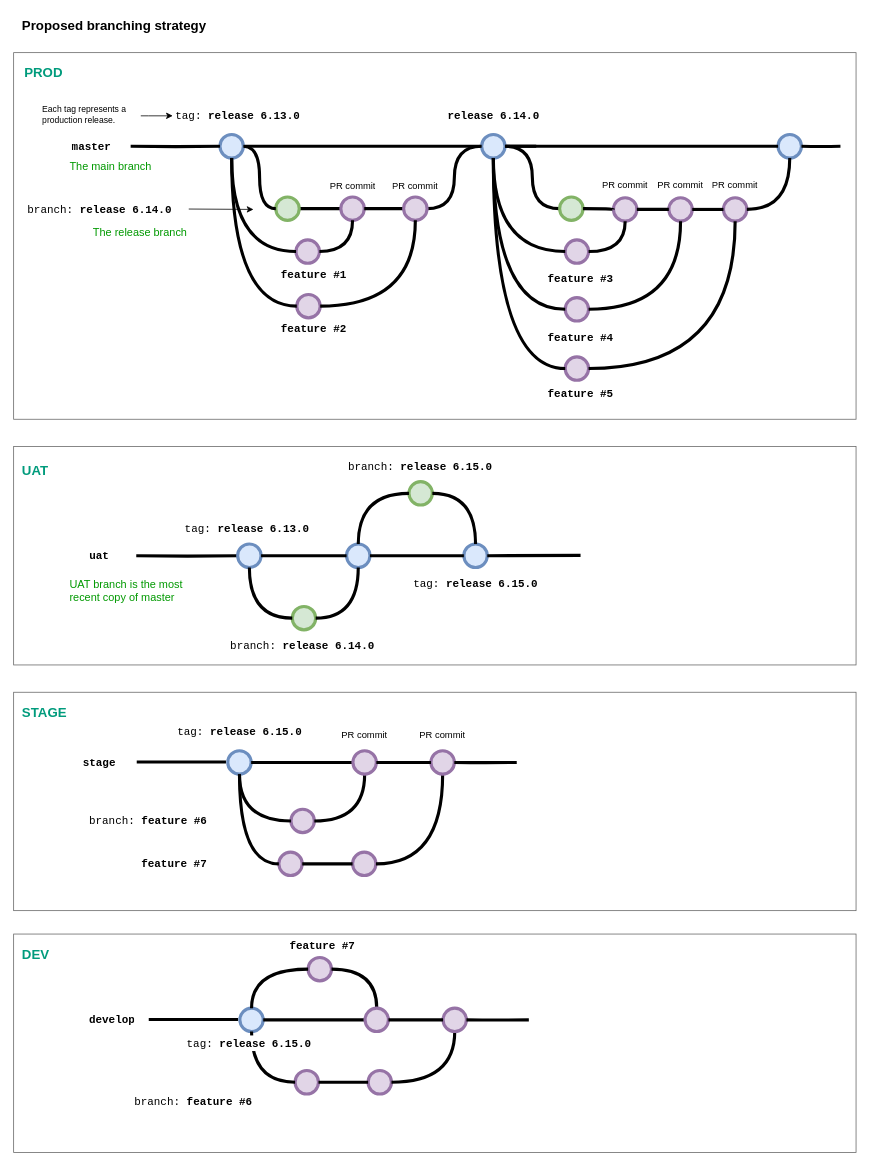
Above: Branching Strategy.drawio in nashokin/Branching (draw.io), before the change. Source tidied: cells renumbered, new cells numbered last; positions are measured from the earlier drawing's top-left corner, leaving out a move shared by most shapes. Both pictures are drawn from the tidied source at 78%, with x=0, y=0 at pixel (13, 13).
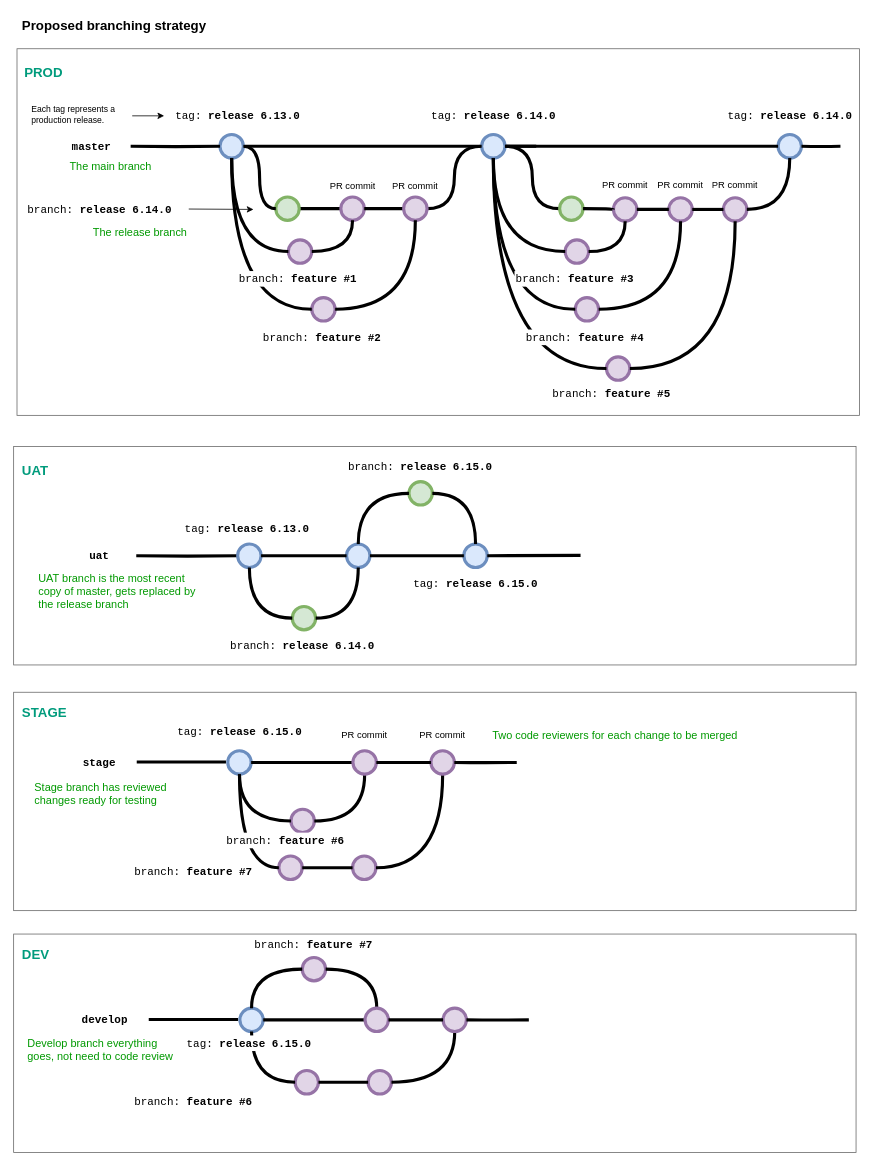
Above is the later version.

The change refers to these unchanged cells:
```xml
<mxCell id="8" style="verticalLabelPosition=bottom;verticalAlign=top;html=1;strokeWidth=4;shape=mxgraph.flowchart.on-page_reference;fillColor=#dae8fc;strokeColor=#6c8ebf;" parent="1" vertex="1">
  <mxGeometry x="264.5" y="155" width="30" height="30" as="geometry" />
</mxCell>
<mxCell id="10" style="verticalLabelPosition=bottom;verticalAlign=top;html=1;strokeWidth=4;shape=mxgraph.flowchart.on-page_reference;strokeColor=#6c8ebf;fillColor=#dae8fc;" parent="1" vertex="1">
  <mxGeometry x="600" y="155" width="30" height="30" as="geometry" />
</mxCell>
<mxCell id="88" style="verticalLabelPosition=bottom;verticalAlign=top;html=1;strokeWidth=4;shape=mxgraph.flowchart.on-page_reference;fillColor=#dae8fc;strokeColor=#6c8ebf;" parent="1" vertex="1">
  <mxGeometry x="287.2" y="680" width="30" height="30" as="geometry" />
</mxCell>
<mxCell id="89" style="verticalLabelPosition=bottom;verticalAlign=top;html=1;strokeWidth=4;shape=mxgraph.flowchart.on-page_reference;fillColor=#dae8fc;strokeColor=#6c8ebf;" parent="1" vertex="1">
  <mxGeometry x="426.8" y="680" width="30" height="30" as="geometry" />
</mxCell>
<mxCell id="90" style="verticalLabelPosition=bottom;verticalAlign=top;html=1;strokeWidth=4;shape=mxgraph.flowchart.on-page_reference;fillColor=#dae8fc;strokeColor=#6c8ebf;" parent="1" vertex="1">
  <mxGeometry x="577.2" y="680" width="30" height="30" as="geometry" />
</mxCell>
```

What changed in the source:
```diff
@@
     <mxCell id="4" style="whiteSpace=wrap;html=1;fillColor=none;strokeColor=#666666;fontColor=#333333;" parent="1" vertex="1">
-      <mxGeometry y="50" width="1080" height="470" as="geometry" />
+      <mxGeometry x="4.3" y="45" width="1080" height="470" as="geometry" />
     </mxCell>
@@
     <mxCell id="6" style="edgeStyle=orthogonalEdgeStyle;rounded=0;html=1;jettySize=auto;plain-blue;endArrow=none;endFill=0;strokeWidth=4;strokeColor=#000000;" parent="1" edge="1" source="8" target="10">
-      <mxGeometry x="314.5" y="200" as="geometry" />
+      <mxGeometry x="312.5" y="200" as="geometry" />
     </mxCell>
@@
     <mxCell id="13" style="edgeStyle=orthogonalEdgeStyle;rounded=0;html=1;jettySize=auto;strokeWidth=4;endArrow=none;endFill=0;" parent="1" edge="1" target="8">
-      <mxGeometry x="214.5" y="200" as="geometry">
+      <mxGeometry x="212.5" y="200" as="geometry">
         <mxPoint x="150" y="170" as="sourcePoint" />
       </mxGeometry>
     </mxCell>
@@
-    <mxCell id="23" value="feature #1" style="text;html=1;strokeColor=none;fillColor=none;align=left;verticalAlign=middle;whiteSpace=wrap;overflow=hidden;fontSize=14;fontStyle=1;fontFamily=Courier New;" parent="1" vertex="1">
-      <mxGeometry x="340.5" y="324" width="89.5" height="20" as="geometry" />
-    </mxCell>
@@
-    <mxCell id="26" value="&lt;b&gt;release 6.14.0&lt;/b&gt;" style="text;html=1;strokeColor=none;fillColor=none;align=center;verticalAlign=middle;whiteSpace=wrap;overflow=hidden;fontSize=14;fontFamily=Courier New;" parent="1" vertex="1">
-      <mxGeometry x="551.5" y="120" width="127.1" height="20" as="geometry" />
+    <mxCell id="26" value="tag:&amp;nbsp;&lt;b&gt;release 6.14.0&lt;/b&gt;" style="text;html=1;strokeColor=none;fillColor=none;align=center;verticalAlign=middle;whiteSpace=wrap;overflow=hidden;fontSize=14;fontFamily=Courier New;" parent="1" vertex="1">
+      <mxGeometry x="525.7" y="120" width="178.5" height="20" as="geometry" />
     </mxCell>
     <mxCell id="27" value="&lt;span style=&quot;text-align: center; font-size: 11px;&quot;&gt;Each tag represents a production release.&lt;/span&gt;" style="text;html=1;strokeColor=none;fillColor=none;align=left;verticalAlign=middle;whiteSpace=wrap;overflow=hidden;fontSize=11;fontStyle=0;fontColor=#000000;" parent="1" vertex="1">
-      <mxGeometry x="35" y="111" width="120" height="38" as="geometry" />
+      <mxGeometry x="21" y="111" width="120" height="38" as="geometry" />
     </mxCell>
     <mxCell id="28" style="edgeStyle=orthogonalEdgeStyle;rounded=0;orthogonalLoop=1;jettySize=auto;html=1;fontSize=12;fontColor=#000000;" parent="1" edge="1">
       <mxGeometry relative="1" as="geometry">
-        <mxPoint x="163" y="131" as="sourcePoint" />
-        <mxPoint x="204" y="131" as="targetPoint" />
+        <mxPoint x="152" y="131" as="sourcePoint" />
+        <mxPoint x="193" y="131" as="targetPoint" />
         <Array as="points">
-          <mxPoint x="173" y="131" />
-          <mxPoint x="173" y="131" />
+          <mxPoint x="162" y="131" />
+          <mxPoint x="162" y="131" />
         </Array>
       </mxGeometry>
     </mxCell>
@@
-    <mxCell id="30" value="feature #2" style="text;html=1;strokeColor=none;fillColor=none;align=left;verticalAlign=middle;whiteSpace=wrap;overflow=hidden;fontSize=14;fontStyle=1;fontFamily=Courier New;" parent="1" vertex="1">
-      <mxGeometry x="340.5" y="394" width="89.5" height="20" as="geometry" />
+    <mxCell id="30" value="&lt;span style=&quot;font-weight: 400;&quot;&gt;branch:&amp;nbsp;&lt;/span&gt;feature #2" style="text;html=1;strokeColor=none;fillColor=none;align=left;verticalAlign=middle;whiteSpace=wrap;overflow=hidden;fontSize=14;fontStyle=1;fontFamily=Courier New;" parent="1" vertex="1">
+      <mxGeometry x="317.9" y="405" width="158.7" height="20" as="geometry" />
     </mxCell>
-    <mxCell id="31" style="endArrow=classic;html=1;strokeWidth=1;fontFamily=Courier New;fontColor=#009900;" parent="1" edge="1">
-      <mxGeometry relative="1" as="geometry">
-        <mxPoint x="224.5" y="250.5" as="sourcePoint" />
-        <mxPoint x="307.5" y="251" as="targetPoint" />
-      </mxGeometry>
-    </mxCell>
@@
     <mxCell id="33" style="edgeStyle=orthogonalEdgeStyle;rounded=0;html=1;jettySize=auto;orthogonalLoop=1;strokeWidth=4;endArrow=none;endFill=0;" parent="1" edge="1">
-      <mxGeometry x="222.2" y="989.5" as="geometry">
+      <mxGeometry x="220.2" y="989.5" as="geometry">
         <mxPoint x="157.8" y="959.5" as="sourcePoint" />
         <mxPoint x="272.2" y="959.5" as="targetPoint" />
       </mxGeometry>
     </mxCell>
@@
     <mxCell id="36" style="verticalLabelPosition=bottom;verticalAlign=top;html=1;strokeWidth=4;shape=mxgraph.flowchart.on-page_reference;strokeColor=#9673a6;fillColor=#e1d5e7;" parent="1" vertex="1">
-      <mxGeometry x="362" y="290" width="30" height="30" as="geometry" />
+      <mxGeometry x="352.2" y="290" width="30" height="30" as="geometry" />
     </mxCell>
@@
     <mxCell id="38" style="verticalLabelPosition=bottom;verticalAlign=top;html=1;strokeWidth=4;shape=mxgraph.flowchart.on-page_reference;strokeColor=#9673a6;fillColor=#e1d5e7;" parent="1" vertex="1">
-      <mxGeometry x="363" y="360" width="30" height="30" as="geometry" />
+      <mxGeometry x="382.2" y="364" width="30" height="30" as="geometry" />
     </mxCell>
@@
-    <mxCell id="42" value="feature #3" style="text;html=1;strokeColor=none;fillColor=none;align=left;verticalAlign=middle;whiteSpace=wrap;overflow=hidden;fontSize=14;fontStyle=1;fontFamily=Courier New;" parent="1" vertex="1">
-      <mxGeometry x="682.6" y="330" width="87.4" height="20" as="geometry" />
-    </mxCell>
@@
     <mxCell id="49" style="verticalLabelPosition=bottom;verticalAlign=top;html=1;strokeWidth=4;shape=mxgraph.flowchart.on-page_reference;strokeColor=#9673a6;fillColor=#e1d5e7;" parent="1" vertex="1">
-      <mxGeometry x="707.1" y="364" width="30" height="30" as="geometry" />
+      <mxGeometry x="720" y="364" width="30" height="30" as="geometry" />
     </mxCell>
     <mxCell id="50" style="verticalLabelPosition=bottom;verticalAlign=top;html=1;strokeWidth=4;shape=mxgraph.flowchart.on-page_reference;strokeColor=#9673a6;fillColor=#e1d5e7;" parent="1" vertex="1">
-      <mxGeometry x="707.1" y="440" width="30" height="30" as="geometry" />
+      <mxGeometry x="760" y="440" width="30" height="30" as="geometry" />
     </mxCell>
-    <mxCell id="51" value="feature #4" style="text;html=1;strokeColor=none;fillColor=none;align=left;verticalAlign=middle;whiteSpace=wrap;overflow=hidden;fontSize=14;fontStyle=1;fontFamily=Courier New;" parent="1" vertex="1">
-      <mxGeometry x="682.6" y="405" width="87.4" height="20" as="geometry" />
-    </mxCell>
-    <mxCell id="52" value="feature #5" style="text;html=1;strokeColor=none;fillColor=none;align=left;verticalAlign=middle;whiteSpace=wrap;overflow=hidden;fontSize=14;fontStyle=1;fontFamily=Courier New;" parent="1" vertex="1">
-      <mxGeometry x="682.6" y="477" width="87.4" height="20" as="geometry" />
+    <mxCell id="52" value="&lt;span style=&quot;font-weight: 400;&quot;&gt;branch:&amp;nbsp;&lt;/span&gt;feature #5" style="text;html=1;strokeColor=none;fillColor=none;align=left;verticalAlign=middle;whiteSpace=wrap;overflow=hidden;fontSize=14;fontStyle=1;fontFamily=Courier New;" parent="1" vertex="1">
+      <mxGeometry x="688.7" y="477" width="172.6" height="20" as="geometry" />
     </mxCell>
@@
     <mxCell id="68" style="verticalLabelPosition=bottom;verticalAlign=top;html=1;strokeWidth=4;shape=mxgraph.flowchart.on-page_reference;strokeColor=#9673a6;fillColor=#e1d5e7;" parent="1" vertex="1">
-      <mxGeometry x="434.5" y="1075" width="30" height="30" as="geometry" />
+      <mxGeometry x="434.5" y="1080" width="30" height="30" as="geometry" />
     </mxCell>
     <mxCell id="69" style="verticalLabelPosition=bottom;verticalAlign=top;html=1;strokeWidth=4;shape=mxgraph.flowchart.on-page_reference;strokeColor=#9673a6;fillColor=#e1d5e7;" parent="1" vertex="1">
-      <mxGeometry x="340" y="1075" width="30" height="30" as="geometry" />
+      <mxGeometry x="340" y="1080" width="30" height="30" as="geometry" />
     </mxCell>
-    <mxCell id="70" value="&lt;span style=&quot;font-weight: normal;&quot;&gt;branch:&amp;nbsp;&lt;/span&gt;feature #6" style="text;html=1;strokeColor=none;fillColor=none;align=left;verticalAlign=middle;whiteSpace=wrap;overflow=hidden;fontSize=14;fontStyle=1;fontFamily=Courier New;" parent="1" vertex="1">
-      <mxGeometry x="95" y="1025" width="167.4" height="20" as="geometry" />
-    </mxCell>
-    <mxCell id="71" value="feature #7" style="text;html=1;strokeColor=none;fillColor=none;align=left;verticalAlign=middle;whiteSpace=wrap;overflow=hidden;fontSize=14;fontStyle=1;fontFamily=Courier New;" parent="1" vertex="1">
-      <mxGeometry x="161.6" y="1080" width="90" height="20" as="geometry" />
+    <mxCell id="71" value="&lt;span style=&quot;font-weight: normal;&quot;&gt;branch:&amp;nbsp;&lt;/span&gt;feature #7" style="text;html=1;strokeColor=none;fillColor=none;align=left;verticalAlign=middle;whiteSpace=wrap;overflow=hidden;fontSize=14;fontStyle=1;fontFamily=Courier New;" parent="1" vertex="1">
+      <mxGeometry x="152.6" y="1090" width="161.6" height="20" as="geometry" />
     </mxCell>
@@
-    <mxCell id="85" value="UAT branch is the most recent copy of master" style="text;html=1;strokeColor=none;fillColor=none;align=left;verticalAlign=middle;whiteSpace=wrap;overflow=hidden;fontSize=14;fontStyle=0;fontColor=#009900;" parent="1" vertex="1">
-      <mxGeometry x="70" y="720" width="175" height="39" as="geometry" />
+    <mxCell id="85" value="UAT branch is the most recent copy of master, gets replaced by the release branch" style="text;html=1;strokeColor=none;fillColor=none;align=left;verticalAlign=middle;whiteSpace=wrap;overflow=hidden;fontSize=14;fontStyle=0;fontColor=#009900;" parent="1" vertex="1">
+      <mxGeometry x="29.6" y="711" width="208.2" height="59" as="geometry" />
     </mxCell>
     <mxCell id="86" style="edgeStyle=orthogonalEdgeStyle;rounded=0;html=1;jettySize=auto;strokeWidth=4;endArrow=none;endFill=0;entryX=0;entryY=0.5;entryDx=0;entryDy=0;entryPerimeter=0;" parent="1" edge="1" target="88">
-      <mxGeometry x="216" y="724.5" as="geometry">
+      <mxGeometry x="214" y="724.5" as="geometry">
         <mxPoint x="157.2" y="695" as="sourcePoint" />
       </mxGeometry>
     </mxCell>
@@
     <mxCell id="93" style="edgeStyle=orthogonalEdgeStyle;rounded=0;html=1;jettySize=auto;strokeWidth=4;endArrow=none;endFill=0;exitX=1;exitY=0.5;exitDx=0;exitDy=0;exitPerimeter=0;" parent="1" edge="1" source="90">
-      <mxGeometry x="676.8" y="724.5" as="geometry">
+      <mxGeometry x="674.8" y="724.5" as="geometry">
         <mxPoint x="726.8" y="694.5" as="targetPoint" />
       </mxGeometry>
     </mxCell>
     <mxCell id="94" style="edgeStyle=orthogonalEdgeStyle;rounded=0;html=1;jettySize=auto;strokeWidth=4;endArrow=none;endFill=0;entryX=0;entryY=0.5;entryDx=0;entryDy=0;entryPerimeter=0;exitX=1;exitY=0.5;exitDx=0;exitDy=0;exitPerimeter=0;" parent="1" edge="1" source="89" target="90">
-      <mxGeometry x="508.7" y="764.5" as="geometry" />
+      <mxGeometry x="506.7" y="764.5" as="geometry" />
     </mxCell>
     <mxCell id="95" style="edgeStyle=orthogonalEdgeStyle;rounded=0;html=1;jettySize=auto;strokeWidth=4;endArrow=none;endFill=0;entryX=0;entryY=0.5;entryDx=0;entryDy=0;entryPerimeter=0;exitX=1;exitY=0.5;exitDx=0;exitDy=0;exitPerimeter=0;" parent="1" edge="1" source="88" target="89">
-      <mxGeometry x="376.8" y="724.5" as="geometry" />
+      <mxGeometry x="374.8" y="724.5" as="geometry" />
     </mxCell>
@@
     <mxCell id="107" style="verticalLabelPosition=bottom;verticalAlign=top;html=1;strokeWidth=4;shape=mxgraph.flowchart.on-page_reference;strokeColor=#9673a6;fillColor=#e1d5e7;" parent="1" vertex="1">
-      <mxGeometry x="377.5" y="1210" width="30" height="30" as="geometry" />
+      <mxGeometry x="370" y="1210" width="30" height="30" as="geometry" />
     </mxCell>
     <mxCell id="108" value="develop" style="text;html=1;strokeColor=none;fillColor=none;align=center;verticalAlign=middle;whiteSpace=wrap;overflow=hidden;fontSize=14;fontStyle=1;fontFamily=Courier New;" parent="1" vertex="1">
-      <mxGeometry x="95.5" y="1280" width="60" height="20" as="geometry" />
+      <mxGeometry x="80" y="1280" width="73.8" height="20" as="geometry" />
     </mxCell>
     <mxCell id="109" style="edgeStyle=orthogonalEdgeStyle;rounded=0;html=1;jettySize=auto;orthogonalLoop=1;strokeWidth=4;endArrow=none;endFill=0;" parent="1" edge="1">
-      <mxGeometry x="237.8" y="1319.5" as="geometry">
+      <mxGeometry x="235.8" y="1319.5" as="geometry">
         <mxPoint x="173.2" y="1289.5" as="sourcePoint" />
         <mxPoint x="287.8" y="1289.5" as="targetPoint" />
       </mxGeometry>
     </mxCell>
@@
-    <mxCell id="114" value="feature #7" style="text;html=1;strokeColor=none;fillColor=none;align=left;verticalAlign=middle;whiteSpace=wrap;overflow=hidden;fontSize=14;fontStyle=1;fontFamily=Courier New;" parent="1" vertex="1">
-      <mxGeometry x="351.5" y="1185" width="90" height="20" as="geometry" />
+    <mxCell id="114" value="&lt;span style=&quot;font-weight: normal;&quot;&gt;branch: &lt;/span&gt;feature #7" style="text;html=1;strokeColor=none;fillColor=none;align=left;verticalAlign=middle;whiteSpace=wrap;overflow=hidden;fontSize=14;fontStyle=1;fontFamily=Courier New;" parent="1" vertex="1">
+      <mxGeometry x="307" y="1184" width="168.5" height="20" as="geometry" />
     </mxCell>
@@
+    <mxCell id="70" value="&lt;span style=&quot;font-weight: normal;&quot;&gt;branch:&amp;nbsp;&lt;/span&gt;feature #6" style="text;html=1;strokeColor=none;fillColor=default;align=left;verticalAlign=middle;whiteSpace=wrap;overflow=hidden;fontSize=14;fontStyle=1;fontFamily=Courier New;" parent="1" vertex="1">
+      <mxGeometry x="271.3" y="1050" width="167.4" height="20" as="geometry" />
+    </mxCell>
+    <mxCell id="128" value="Stage branch has reviewed changes ready for testing" style="text;html=1;strokeColor=none;fillColor=none;align=left;verticalAlign=middle;whiteSpace=wrap;overflow=hidden;fontSize=14;fontStyle=0;fontColor=#009900;" parent="1" vertex="1">
+      <mxGeometry x="25.2" y="980.5" width="175" height="39.5" as="geometry" />
+    </mxCell>
+    <mxCell id="129" value="Develop branch everything goes, not need to code review" style="text;html=1;strokeColor=none;fillColor=none;align=left;verticalAlign=middle;whiteSpace=wrap;overflow=hidden;fontSize=14;fontStyle=0;fontColor=#009900;" parent="1" vertex="1">
+      <mxGeometry x="15.5" y="1305" width="201.3" height="45" as="geometry" />
+    </mxCell>
+    <mxCell id="130" value="Two code reviewers for each change to be merged" style="text;html=1;strokeColor=none;fillColor=none;align=left;verticalAlign=middle;whiteSpace=wrap;overflow=hidden;fontSize=14;fontStyle=0;fontColor=#009900;" parent="1" vertex="1">
+      <mxGeometry x="611.5" y="910.5" width="345" height="29.5" as="geometry" />
+    </mxCell>
+    <mxCell id="131" value="tag:&amp;nbsp;&lt;b&gt;release 6.14.0&lt;/b&gt;" style="text;html=1;strokeColor=none;fillColor=none;align=center;verticalAlign=middle;whiteSpace=wrap;overflow=hidden;fontSize=14;fontFamily=Courier New;" parent="1" vertex="1">
+      <mxGeometry x="905.7" y="120" width="178.5" height="20" as="geometry" />
+    </mxCell>
+    <mxCell id="31" style="endArrow=classic;html=1;strokeWidth=1;fontFamily=Courier New;fontColor=#009900;" parent="1" edge="1">
+      <mxGeometry relative="1" as="geometry">
+        <mxPoint x="224.5" y="250.5" as="sourcePoint" />
+        <mxPoint x="307.5" y="251" as="targetPoint" />
+      </mxGeometry>
+    </mxCell>
+    <mxCell id="42" value="&lt;span style=&quot;font-weight: 400;&quot;&gt;branch:&amp;nbsp;&lt;/span&gt;feature #3" style="text;html=1;strokeColor=none;fillColor=default;align=left;verticalAlign=middle;whiteSpace=wrap;overflow=hidden;fontSize=14;fontStyle=1;fontFamily=Courier New;" parent="1" vertex="1">
+      <mxGeometry x="642.1" y="330" width="160" height="20" as="geometry" />
+    </mxCell>
+    <mxCell id="51" value="&lt;span style=&quot;font-weight: 400;&quot;&gt;branch:&amp;nbsp;&lt;/span&gt;feature #4" style="text;html=1;align=left;verticalAlign=middle;whiteSpace=wrap;overflow=hidden;fontSize=14;fontStyle=1;fontFamily=Courier New;fillColor=default;" parent="1" vertex="1">
+      <mxGeometry x="655" y="405" width="160" height="20" as="geometry" />
+    </mxCell>
+    <mxCell id="23" value="&lt;span style=&quot;font-weight: normal;&quot;&gt;branch:&amp;nbsp;&lt;/span&gt;feature #1" style="text;html=1;strokeColor=none;fillColor=default;align=left;verticalAlign=middle;whiteSpace=wrap;overflow=hidden;fontSize=14;fontStyle=1;fontFamily=Courier New;" parent="1" vertex="1">
+      <mxGeometry x="287.2" y="330" width="160" height="20" as="geometry" />
+    </mxCell>
```
